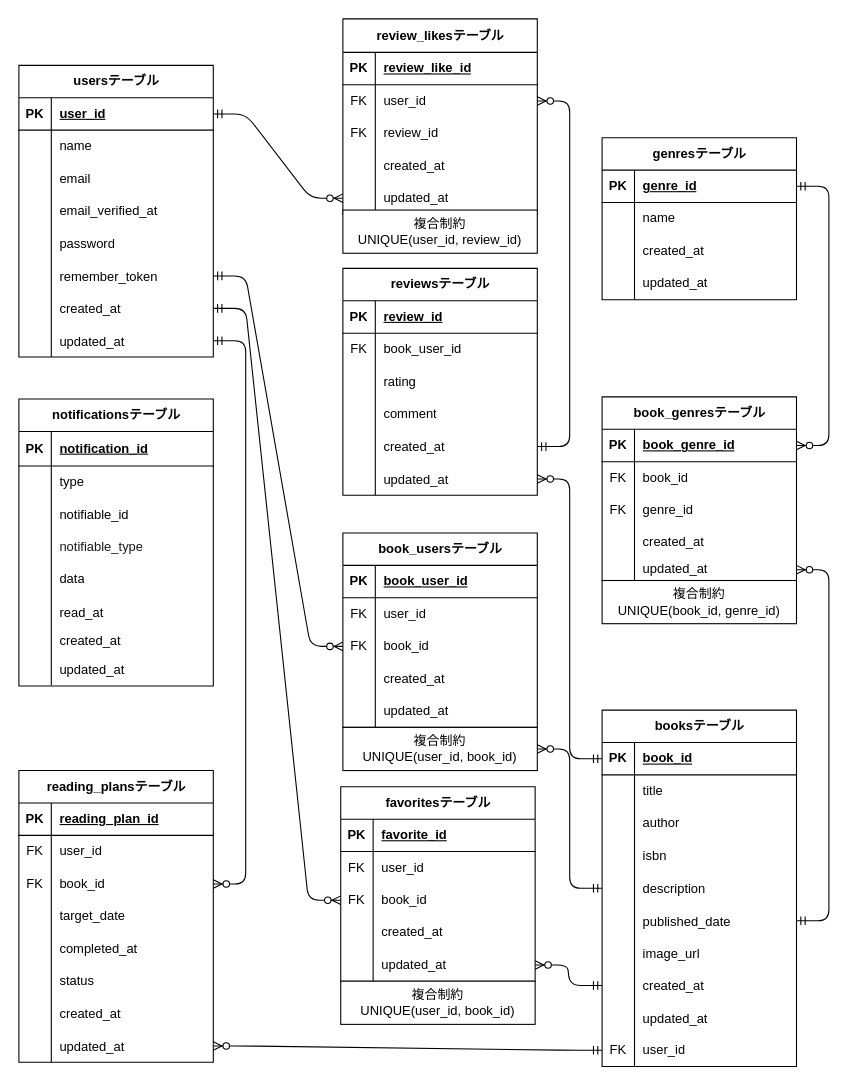
The draw.io diagram ER図.dio in naoaki-png/Bookshelf, before the edit. Source tidied: cells renumbered, new cells numbered last; positions are measured from the earlier drawing's top-left corner, leaving out a move shared by most shapes. Both pictures are drawn from the tidied source at 108%, with x=0, y=0 at pixel (18, 18).
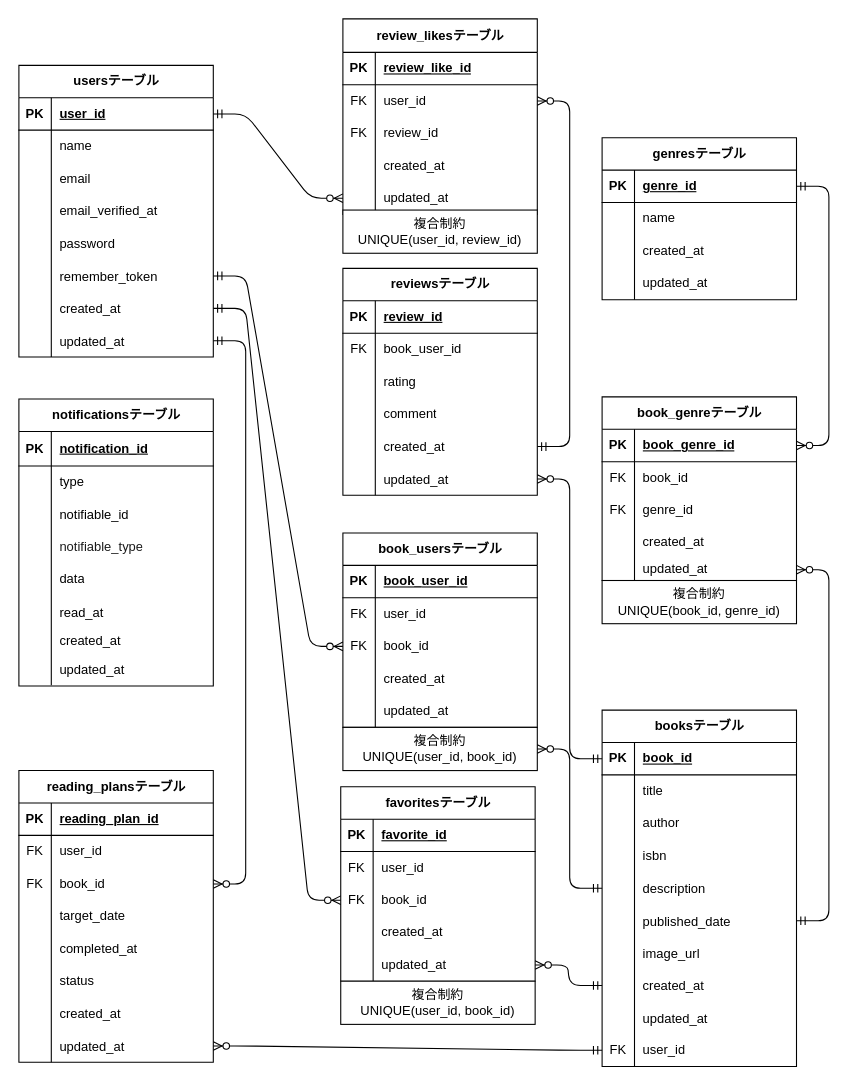
After the change.

Commit message (it also covers changes not shown here):
fix: 書籍とジャンルの中間テーブル名を book_genre に変更 #89

Change to the diagram source:
```diff
@@
-    <mxCell id="76" value="book_genresテーブル" style="shape=table;startSize=30;childLayout=tableLayout;rowLines=0;fontStyle=1;align=center;html=1;" parent="1" vertex="1">
+    <mxCell id="76" value="book_genreテーブル" style="shape=table;startSize=30;childLayout=tableLayout;rowLines=0;fontStyle=1;align=center;html=1;" parent="1" vertex="1">
       <mxGeometry x="540" y="350" width="180" height="170" as="geometry" />
     </mxCell>
```
